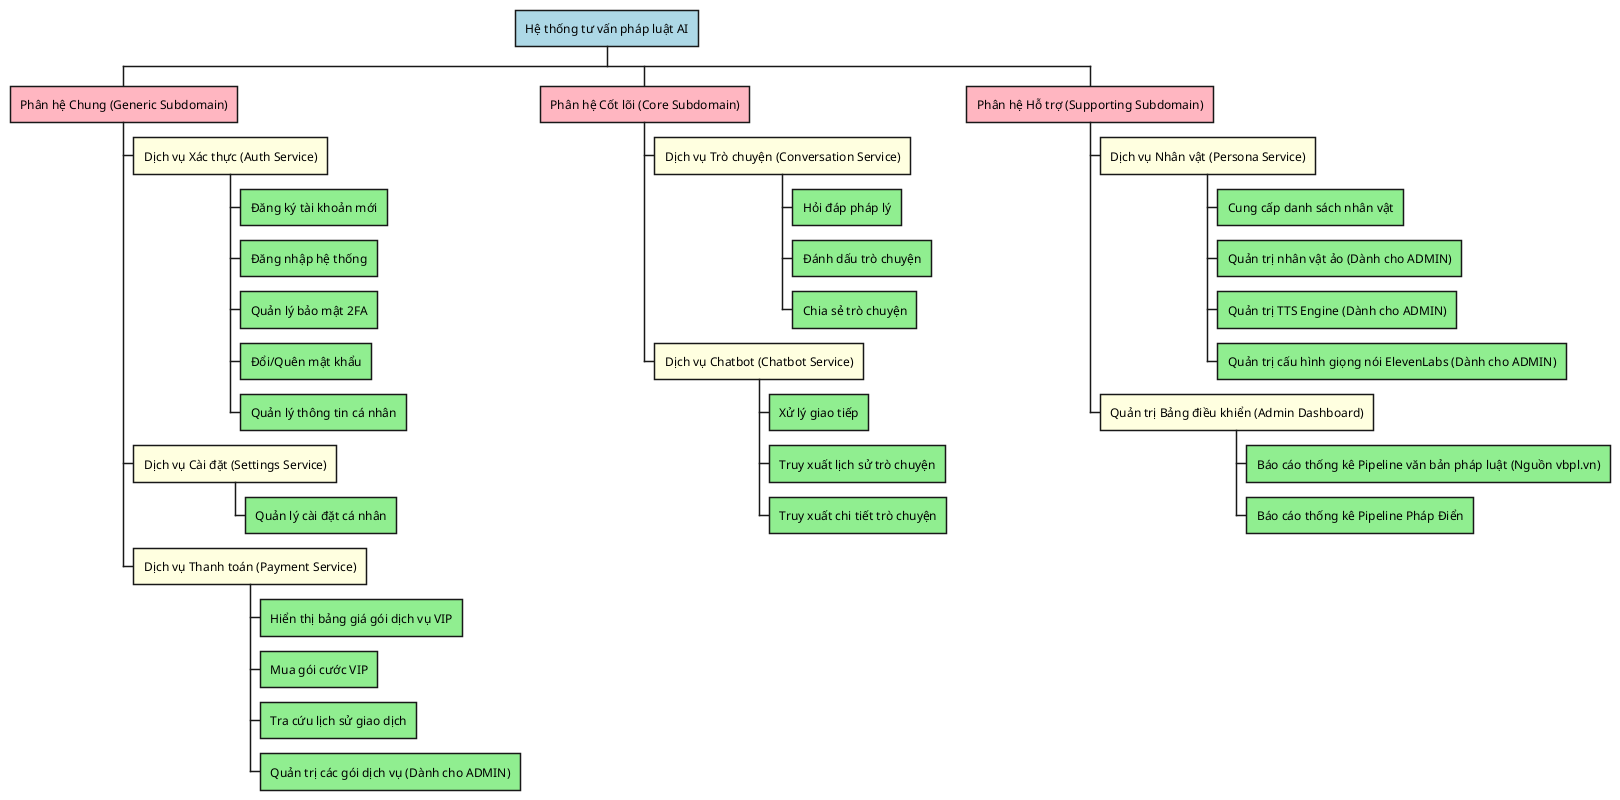
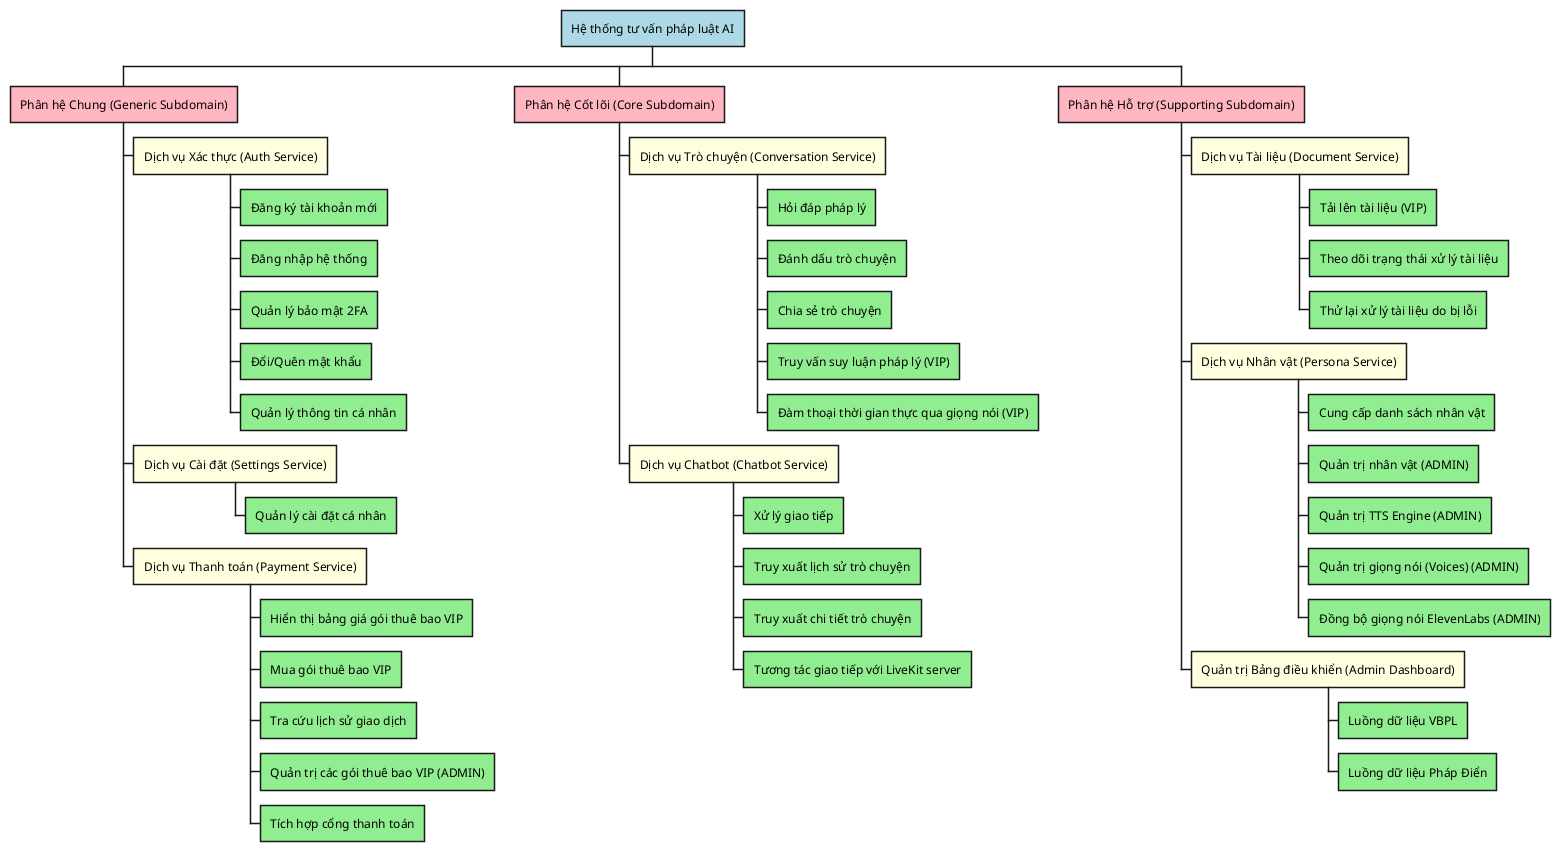
@startwbs
<style>
wbsDiagram {
  :depth(0) {
    BackgroundColor LightBlue
  }
  :depth(1) {
    BackgroundColor LightPink
  }
  :depth(2) {
    BackgroundColor LightYellow
  }
  :depth(3) {
    BackgroundColor LightGreen
  }
}
</style>

* Hệ thống tư vấn pháp luật AI

** Phân hệ Chung (Generic Subdomain)
*** Dịch vụ Xác thực (Auth Service)
**** Đăng ký tài khoản mới
**** Đăng nhập hệ thống
**** Quản lý bảo mật 2FA
**** Đổi/Quên mật khẩu
**** Quản lý thông tin cá nhân
*** Dịch vụ Cài đặt (Settings Service)
**** Quản lý cài đặt cá nhân
*** Dịch vụ Thanh toán (Payment Service)
- **** Hiển thị bảng giá gói dịch vụ VIP
- **** Mua gói cước VIP
+ **** Hiển thị bảng giá gói thuê bao VIP
+ **** Mua gói thuê bao VIP
**** Tra cứu lịch sử giao dịch
- **** Quản trị các gói dịch vụ (Dành cho ADMIN)
+ **** Quản trị các gói thuê bao VIP (ADMIN)
+ **** Tích hợp cổng thanh toán

** Phân hệ Cốt lõi (Core Subdomain)
*** Dịch vụ Trò chuyện (Conversation Service)
**** Hỏi đáp pháp lý
**** Đánh dấu trò chuyện
**** Chia sẻ trò chuyện
+ **** Truy vấn suy luận pháp lý (VIP)
+ **** Đàm thoại thời gian thực qua giọng nói (VIP)
*** Dịch vụ Chatbot (Chatbot Service)
**** Xử lý giao tiếp
**** Truy xuất lịch sử trò chuyện
**** Truy xuất chi tiết trò chuyện
+ **** Tương tác giao tiếp với LiveKit server

** Phân hệ Hỗ trợ (Supporting Subdomain)
+ *** Dịch vụ Tài liệu (Document Service)
+ **** Tải lên tài liệu (VIP)
+ **** Theo dõi trạng thái xử lý tài liệu
+ **** Thử lại xử lý tài liệu do bị lỗi
*** Dịch vụ Nhân vật (Persona Service)
**** Cung cấp danh sách nhân vật
- **** Quản trị nhân vật ảo (Dành cho ADMIN)
- **** Quản trị TTS Engine (Dành cho ADMIN)
- **** Quản trị cấu hình giọng nói ElevenLabs (Dành cho ADMIN)
+ **** Quản trị nhân vật (ADMIN)
+ **** Quản trị TTS Engine (ADMIN)
+ **** Quản trị giọng nói (Voices) (ADMIN)
+ **** Đồng bộ giọng nói ElevenLabs (ADMIN)
*** Quản trị Bảng điều khiển (Admin Dashboard)
- **** Báo cáo thống kê Pipeline văn bản pháp luật (Nguồn vbpl.vn)
- **** Báo cáo thống kê Pipeline Pháp Điển
+ **** Luồng dữ liệu VBPL
+ **** Luồng dữ liệu Pháp Điển
@endwbs
